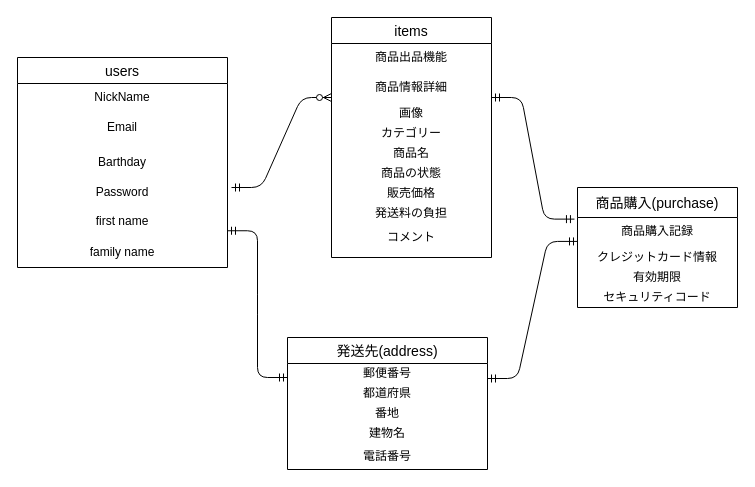
This is furima.dio from kenta-sato29/furima-30446, a draw.io file, before an edit. Source tidied: cells renumbered, new cells numbered last; positions are measured from the earlier drawing's top-left corner, leaving out a move shared by most shapes. Both pictures are drawn from the tidied source at 100%, with x=0, y=0 at pixel (17, 17).
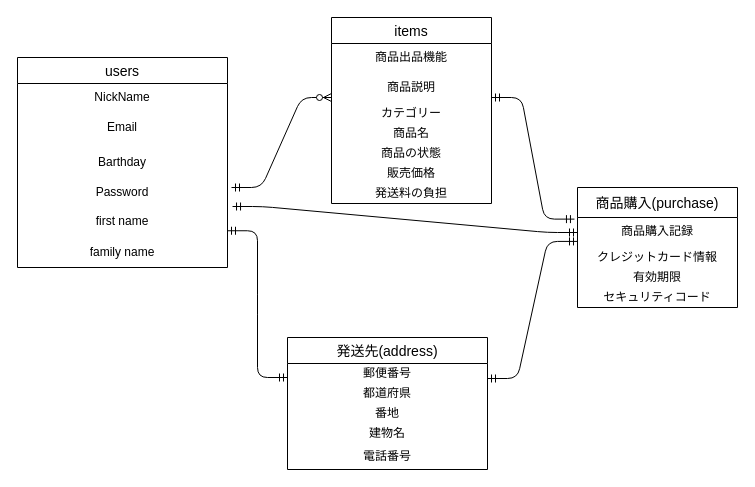
The same diagram, later.

Unchanged cells that the change refers to:
```xml
<mxCell id="7" value="first name" style="text;strokeColor=none;fillColor=none;spacingLeft=4;spacingRight=4;overflow=hidden;points=[[0,0.5],[1,0.5]];portConstraint=eastwest;fontSize=12;align=center;" parent="2" vertex="1">
  <mxGeometry y="150" width="210" height="30" as="geometry" />
</mxCell>
<mxCell id="28" value="商品購入記録" style="text;strokeColor=none;fillColor=none;spacingLeft=4;spacingRight=4;overflow=hidden;points=[[0,0.5],[1,0.5]];portConstraint=eastwest;fontSize=12;align=center;" parent="27" vertex="1">
  <mxGeometry y="30" width="160" height="30" as="geometry" />
</mxCell>
```

What changed in the source:
```diff
@@
     <mxCell id="9" value="items" style="swimlane;fontStyle=0;horizontal=1;startSize=26;align=center;fontSize=14;" parent="1" vertex="1">
-      <mxGeometry x="314" width="160" height="240" as="geometry" />
+      <mxGeometry x="314" width="160" height="186" as="geometry" />
     </mxCell>
@@
-    <mxCell id="11" value="商品情報詳細" style="text;strokeColor=none;fillColor=none;spacingLeft=4;spacingRight=4;overflow=hidden;fontSize=12;align=center;" parent="9" vertex="1">
+    <mxCell id="11" value="商品説明" style="text;strokeColor=none;fillColor=none;spacingLeft=4;spacingRight=4;overflow=hidden;fontSize=12;align=center;" parent="9" vertex="1">
       <mxGeometry y="56" width="160" height="30" as="geometry" />
     </mxCell>
-    <mxCell id="12" value="画像" style="text;html=1;strokeColor=none;fillColor=none;align=center;verticalAlign=middle;whiteSpace=wrap;overflow=hidden;" parent="9" vertex="1">
-      <mxGeometry y="86" width="160" height="20" as="geometry" />
-    </mxCell>
     <mxCell id="13" value="カテゴリー&lt;br&gt;" style="text;html=1;strokeColor=none;fillColor=none;align=center;verticalAlign=middle;whiteSpace=wrap;overflow=hidden;" parent="9" vertex="1">
-      <mxGeometry y="106" width="160" height="20" as="geometry" />
+      <mxGeometry y="86" width="160" height="20" as="geometry" />
     </mxCell>
     <mxCell id="14" value="商品名" style="text;html=1;strokeColor=none;fillColor=none;align=center;verticalAlign=middle;whiteSpace=wrap;overflow=hidden;" parent="9" vertex="1">
-      <mxGeometry y="126" width="160" height="20" as="geometry" />
+      <mxGeometry y="106" width="160" height="20" as="geometry" />
     </mxCell>
     <mxCell id="15" value="商品の状態" style="text;html=1;strokeColor=none;fillColor=none;align=center;verticalAlign=middle;whiteSpace=wrap;overflow=hidden;" parent="9" vertex="1">
-      <mxGeometry y="146" width="160" height="20" as="geometry" />
+      <mxGeometry y="126" width="160" height="20" as="geometry" />
     </mxCell>
     <mxCell id="16" value="販売価格" style="text;html=1;strokeColor=none;fillColor=none;align=center;verticalAlign=middle;whiteSpace=wrap;overflow=hidden;" parent="9" vertex="1">
-      <mxGeometry y="166" width="160" height="20" as="geometry" />
+      <mxGeometry y="146" width="160" height="20" as="geometry" />
     </mxCell>
     <mxCell id="17" value="発送料の負担" style="text;html=1;strokeColor=none;fillColor=none;align=center;verticalAlign=middle;whiteSpace=wrap;overflow=hidden;" parent="9" vertex="1">
-      <mxGeometry y="186" width="160" height="20" as="geometry" />
+      <mxGeometry y="166" width="160" height="20" as="geometry" />
     </mxCell>
-    <mxCell id="18" value="コメント" style="text;strokeColor=none;fillColor=none;spacingLeft=4;spacingRight=4;overflow=hidden;fontSize=12;align=center;" parent="9" vertex="1">
-      <mxGeometry y="206" width="160" height="34" as="geometry" />
-    </mxCell>
@@
+    <mxCell id="34" style="edgeStyle=entityRelationEdgeStyle;fontSize=12;html=1;endArrow=ERmandOne;startArrow=ERmandOne;exitX=1.024;exitY=-0.033;exitDx=0;exitDy=0;exitPerimeter=0;entryX=0;entryY=0.5;entryDx=0;entryDy=0;" parent="1" edge="1" source="7" target="28">
+      <mxGeometry relative="1" as="geometry" />
+    </mxCell>
```
